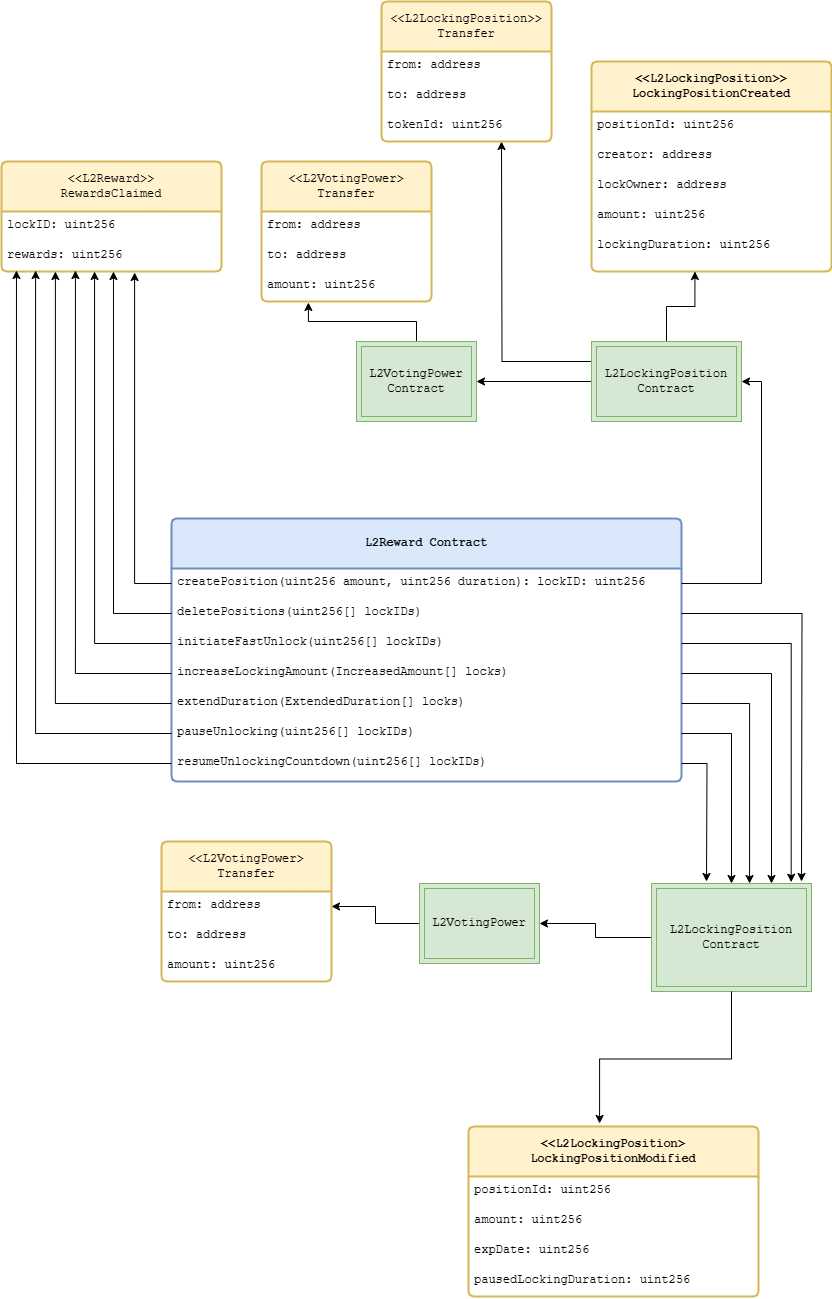
LiskHQ/lisk-contracts keeps this draw.io diagram as documentation/diagrams/l2reward_external_account_api_and_events.png. Above is the earlier version. Source tidied: cells renumbered, new cells last; positions are measured from the earlier drawing's top-left corner, leaving out a move shared by most shapes.
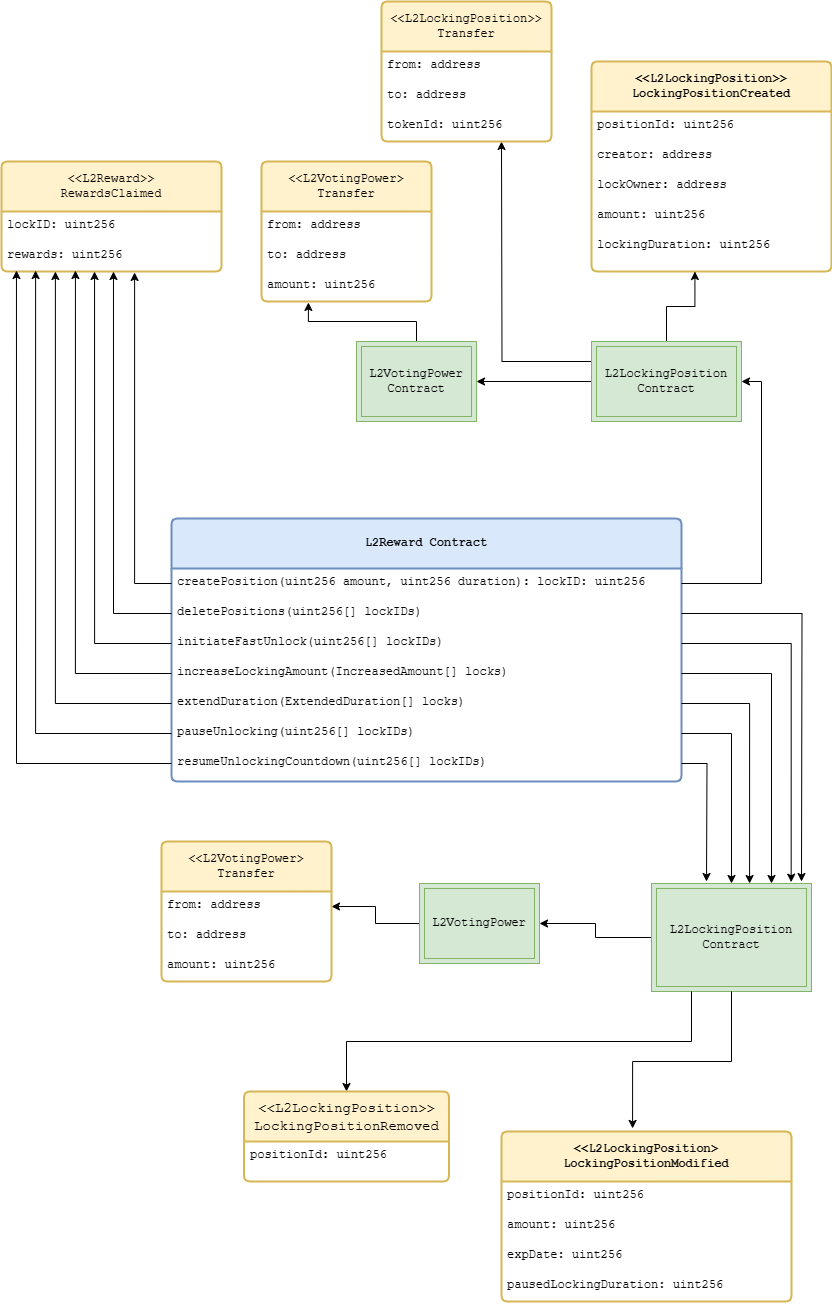
Above is the later version.

Diff of the diagram source:
```diff
@@ -77,7 +77,7 @@
       <mxGeometry y="170" width="240" height="40" as="geometry" />
     </mxCell>
     <mxCell id="26" value="&lt;b style=&quot;font-size: 12px;&quot;&gt;&amp;lt;&amp;lt;L2LockingPosition&amp;gt; LockingPositionModified&lt;/b&gt;" style="swimlane;horizontal=1;startSize=50;rounded=1;fontSize=12;fontStyle=0;strokeWidth=2;shadow=0;dashed=0;align=center;arcSize=4;whiteSpace=wrap;html=1;fillColor=#fff2cc;strokeColor=#d6b656;fontFamily=Courier New;" parent="1" vertex="1">
-      <mxGeometry x="467" y="1125" width="290" height="170" as="geometry" />
+      <mxGeometry x="500" y="1130" width="290" height="170" as="geometry" />
     </mxCell>
     <mxCell id="27" value="positionId: uint256" style="text;strokeColor=none;fillColor=none;spacingLeft=4;spacingRight=4;overflow=hidden;fontSize=12;whiteSpace=wrap;html=1;fontFamily=Courier New;" parent="26" vertex="1">
       <mxGeometry y="50" width="290" height="30" as="geometry" />
@@ -150,6 +150,9 @@
     <mxCell id="49" style="edgeStyle=orthogonalEdgeStyle;rounded=0;jettySize=auto;html=1;entryX=1;entryY=0.5;entryDx=0;entryDy=0;fontFamily=Courier New;" parent="1" edge="1" source="50" target="52">
       <mxGeometry relative="1" as="geometry" />
     </mxCell>
+    <mxCell id="67" style="edgeStyle=orthogonalEdgeStyle;rounded=0;jettySize=auto;html=1;entryX=0.5;entryY=0;entryDx=0;entryDy=0;exitX=0.25;exitY=1;exitDx=0;exitDy=0;" parent="1" edge="1" source="47" target="68">
+      <mxGeometry relative="1" as="geometry" />
+    </mxCell>
     <mxCell id="50" value="&lt;font&gt;L2VotingPower&lt;/font&gt;" style="shape=ext;margin=3;double=1;whiteSpace=wrap;html=1;align=center;fillColor=#d5e8d4;strokeColor=#82b366;fontFamily=Courier New;" parent="1" vertex="1">
       <mxGeometry x="418" y="882" width="120" height="80" as="geometry" />
     </mxCell>
@@ -203,5 +206,11 @@
     <mxCell id="66" style="edgeStyle=orthogonalEdgeStyle;rounded=0;jettySize=auto;html=1;entryX=0.605;entryY=1.033;entryDx=0;entryDy=0;entryPerimeter=0;" parent="1" edge="1" source="7" target="4">
       <mxGeometry relative="1" as="geometry" />
     </mxCell>
+    <mxCell id="68" value="&lt;font face=&quot;Courier New&quot;&gt;&amp;lt;&amp;lt;L2LockingPosition&amp;gt;&amp;gt;&lt;/font&gt;&lt;div&gt;&lt;font face=&quot;Courier New&quot;&gt;LockingPositionRemoved&lt;/font&gt;&lt;/div&gt;" style="swimlane;horizontal=1;startSize=50;rounded=1;fontSize=14;fontStyle=0;strokeWidth=2;shadow=0;dashed=0;align=center;arcSize=4;whiteSpace=wrap;html=1;fillColor=#fff2cc;strokeColor=#d6b656;" parent="1" vertex="1">
+      <mxGeometry x="242.5" y="1090" width="205" height="90" as="geometry" />
+    </mxCell>
+    <mxCell id="69" value="positionId: uint256" style="text;strokeColor=none;fillColor=none;spacingLeft=4;spacingRight=4;overflow=hidden;fontSize=12;whiteSpace=wrap;html=1;fontFamily=Courier New;" parent="68" vertex="1">
+      <mxGeometry y="50" width="205" height="40" as="geometry" />
+    </mxCell>
   </root>
 </mxGraphModel>
```
